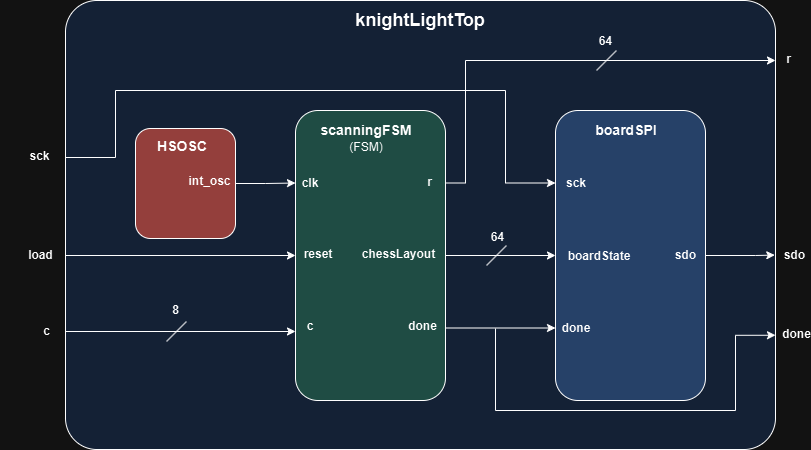
Earlier version of the draw.io export images/fpgaDiagram.png (MaxDeSomma/knight-light-portfolio). Source tidied: cells renumbered, new cells last; positions are measured from the earlier drawing's top-left corner, leaving out a move shared by most shapes.
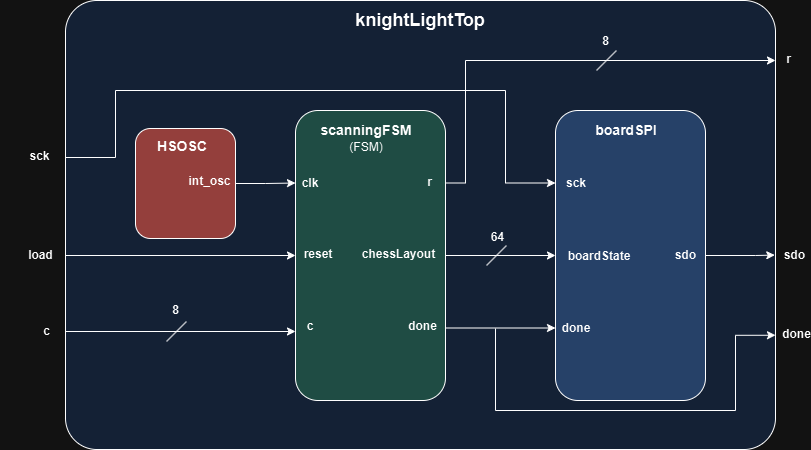
Above is the later version.

What changed in the source:
```diff
@@ -170,7 +170,7 @@
         <mxPoint x="616" y="50" as="targetPoint" />
       </mxGeometry>
     </mxCell>
-    <mxCell id="42" value="64" style="text;html=1;align=center;verticalAlign=middle;whiteSpace=wrap;rounded=0;fontStyle=1;" parent="1" vertex="1">
+    <mxCell id="42" value="8" style="text;html=1;align=center;verticalAlign=middle;whiteSpace=wrap;rounded=0;fontStyle=1;" parent="1" vertex="1">
       <mxGeometry x="591" y="32.5" width="29" height="17" as="geometry" />
     </mxCell>
   </root>
```
